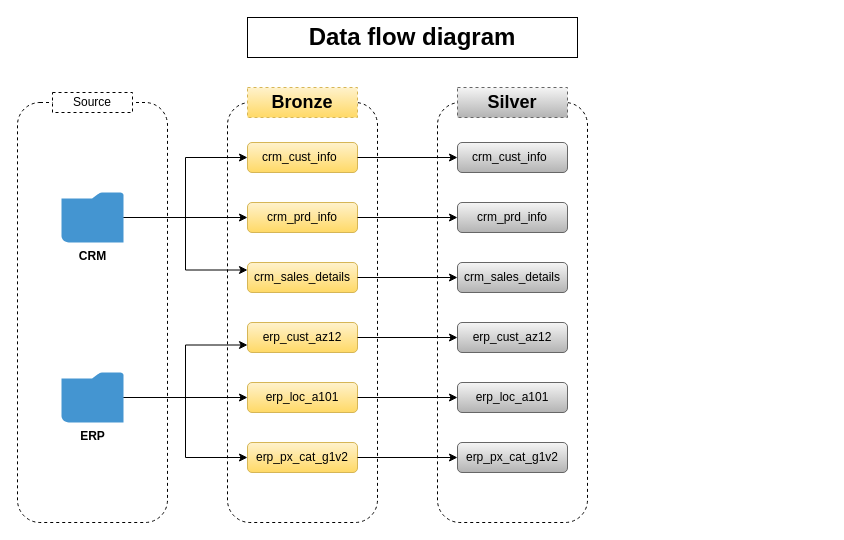
Sampathkumar6/sql_data_warehouse_project keeps this draw.io diagram as design/Data_flow_diagram.drawio. Above is the earlier version. Source tidied: cells renumbered, new cells numbered last; positions are measured from the earlier drawing's top-left corner, leaving out a move shared by most shapes. Both pictures are drawn from the tidied source at 100%, with x=0, y=0 at pixel (17, 17).
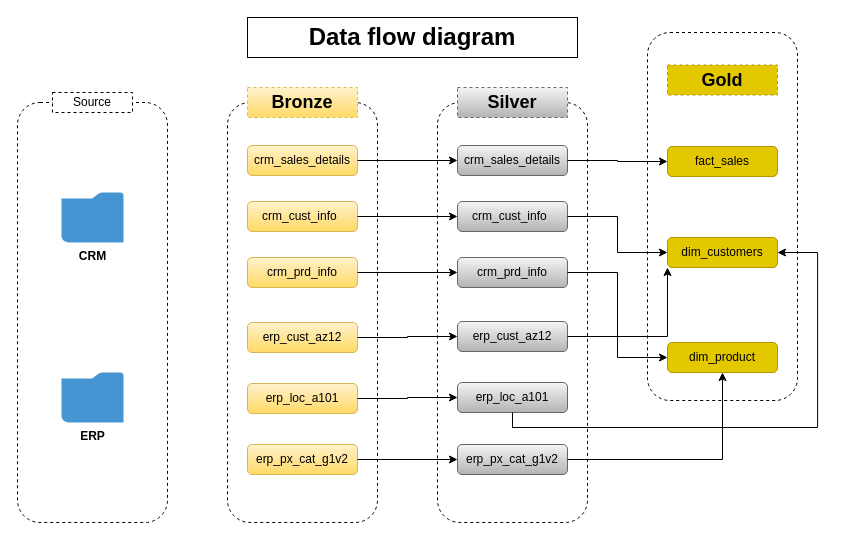
The same page after the edit.

Unchanged cells that the change refers to:
```xml
<mxCell id="8" value="&lt;b&gt;CRM&lt;/b&gt;" style="shadow=0;dashed=0;html=1;strokeColor=none;fillColor=#4495D1;labelPosition=center;verticalLabelPosition=bottom;verticalAlign=top;align=center;outlineConnect=0;shape=mxgraph.veeam.2d.folder;" parent="1" vertex="1">
  <mxGeometry x="44" y="175" width="62" height="50" as="geometry" />
</mxCell>
<mxCell id="12" value="&lt;b&gt;ERP&lt;/b&gt;" style="shadow=0;dashed=0;html=1;strokeColor=none;fillColor=#4495D1;labelPosition=center;verticalLabelPosition=bottom;verticalAlign=top;align=center;outlineConnect=0;shape=mxgraph.veeam.2d.folder;" parent="1" vertex="1">
  <mxGeometry x="44" y="355" width="62" height="50" as="geometry" />
</mxCell>
<mxCell id="16" value="&lt;div&gt;erp_cust_az12&lt;/div&gt;" style="rounded=1;whiteSpace=wrap;html=1;fillColor=#fff2cc;strokeColor=#d6b656;gradientColor=#ffd966;" parent="1" vertex="1">
  <mxGeometry x="230" y="305" width="110" height="30" as="geometry" />
</mxCell>
<mxCell id="26" value="erp_loc_a101" style="rounded=1;whiteSpace=wrap;html=1;fillColor=#f5f5f5;strokeColor=#666666;gradientColor=#b3b3b3;" parent="1" vertex="1">
  <mxGeometry x="440" y="365" width="110" height="30" as="geometry" />
</mxCell>
```

What changed in the source:
```diff
@@
-    <mxCell id="5" style="edgeStyle=orthogonalEdgeStyle;rounded=0;jettySize=auto;html=1;entryX=0;entryY=0.5;entryDx=0;entryDy=0;" parent="1" edge="1" source="8" target="13">
-      <mxGeometry relative="1" as="geometry" />
-    </mxCell>
-    <mxCell id="6" style="edgeStyle=orthogonalEdgeStyle;rounded=0;jettySize=auto;html=1;" parent="1" edge="1" source="8" target="14">
-      <mxGeometry relative="1" as="geometry" />
-    </mxCell>
-    <mxCell id="7" style="edgeStyle=orthogonalEdgeStyle;rounded=0;jettySize=auto;html=1;entryX=0;entryY=0.25;entryDx=0;entryDy=0;" parent="1" edge="1" source="8" target="15">
-      <mxGeometry relative="1" as="geometry" />
-    </mxCell>
@@
-    <mxCell id="9" style="edgeStyle=orthogonalEdgeStyle;rounded=0;jettySize=auto;html=1;entryX=0;entryY=0.75;entryDx=0;entryDy=0;" parent="1" edge="1" source="12" target="16">
-      <mxGeometry relative="1" as="geometry" />
-    </mxCell>
-    <mxCell id="10" style="edgeStyle=orthogonalEdgeStyle;rounded=0;jettySize=auto;html=1;entryX=0;entryY=0.5;entryDx=0;entryDy=0;" parent="1" edge="1" source="12" target="17">
-      <mxGeometry relative="1" as="geometry" />
-    </mxCell>
-    <mxCell id="11" style="edgeStyle=orthogonalEdgeStyle;rounded=0;jettySize=auto;html=1;entryX=0;entryY=0.5;entryDx=0;entryDy=0;" parent="1" edge="1" source="12" target="18">
-      <mxGeometry relative="1" as="geometry" />
-    </mxCell>
@@
     <mxCell id="13" value="crm_cust_info&lt;span style=&quot;white-space: pre;&quot;&gt;&#9;&lt;/span&gt;" style="rounded=1;whiteSpace=wrap;html=1;fillColor=#fff2cc;strokeColor=#d6b656;gradientColor=#ffd966;" parent="1" vertex="1">
-      <mxGeometry x="230" y="125" width="110" height="30" as="geometry" />
+      <mxGeometry x="230" y="184" width="110" height="30" as="geometry" />
     </mxCell>
     <mxCell id="14" value="crm_prd_info" style="rounded=1;whiteSpace=wrap;html=1;fillColor=#fff2cc;strokeColor=#d6b656;gradientColor=#ffd966;" parent="1" vertex="1">
-      <mxGeometry x="230" y="185" width="110" height="30" as="geometry" />
+      <mxGeometry x="230" y="240" width="110" height="30" as="geometry" />
     </mxCell>
     <mxCell id="15" value="crm_sales_details" style="rounded=1;whiteSpace=wrap;html=1;fillColor=#fff2cc;strokeColor=#d6b656;gradientColor=#ffd966;" parent="1" vertex="1">
-      <mxGeometry x="230" y="245" width="110" height="30" as="geometry" />
+      <mxGeometry x="230" y="128" width="110" height="30" as="geometry" />
     </mxCell>
@@
     <mxCell id="17" value="erp_loc_a101" style="rounded=1;whiteSpace=wrap;html=1;fillColor=#fff2cc;strokeColor=#d6b656;gradientColor=#ffd966;" parent="1" vertex="1">
-      <mxGeometry x="230" y="365" width="110" height="30" as="geometry" />
+      <mxGeometry x="230" y="366" width="110" height="30" as="geometry" />
     </mxCell>
     <mxCell id="18" value="erp_px_cat_g1v2" style="rounded=1;whiteSpace=wrap;html=1;fillColor=#fff2cc;strokeColor=#d6b656;gradientColor=#ffd966;" parent="1" vertex="1">
-      <mxGeometry x="230" y="425" width="110" height="30" as="geometry" />
+      <mxGeometry x="230" y="427" width="110" height="30" as="geometry" />
     </mxCell>
@@
     <mxCell id="22" value="crm_cust_info&lt;span style=&quot;white-space: pre;&quot;&gt;&#9;&lt;/span&gt;" style="rounded=1;whiteSpace=wrap;html=1;fillColor=#f5f5f5;strokeColor=#666666;gradientColor=#b3b3b3;" parent="1" vertex="1">
-      <mxGeometry x="440" y="125" width="110" height="30" as="geometry" />
+      <mxGeometry x="440" y="184" width="110" height="30" as="geometry" />
     </mxCell>
     <mxCell id="23" value="crm_prd_info" style="rounded=1;whiteSpace=wrap;html=1;fillColor=#f5f5f5;strokeColor=#666666;gradientColor=#b3b3b3;" parent="1" vertex="1">
-      <mxGeometry x="440" y="185" width="110" height="30" as="geometry" />
+      <mxGeometry x="440" y="240" width="110" height="30" as="geometry" />
     </mxCell>
     <mxCell id="24" value="crm_sales_details" style="rounded=1;whiteSpace=wrap;html=1;fillColor=#f5f5f5;strokeColor=#666666;gradientColor=#b3b3b3;" parent="1" vertex="1">
-      <mxGeometry x="440" y="245" width="110" height="30" as="geometry" />
+      <mxGeometry x="440" y="128" width="110" height="30" as="geometry" />
     </mxCell>
     <mxCell id="25" value="&lt;div&gt;erp_cust_az12&lt;/div&gt;" style="rounded=1;whiteSpace=wrap;html=1;fillColor=#f5f5f5;strokeColor=#666666;gradientColor=#b3b3b3;" parent="1" vertex="1">
-      <mxGeometry x="440" y="305" width="110" height="30" as="geometry" />
+      <mxGeometry x="440" y="304" width="110" height="30" as="geometry" />
     </mxCell>
@@
     <mxCell id="27" value="erp_px_cat_g1v2" style="rounded=1;whiteSpace=wrap;html=1;fillColor=#f5f5f5;strokeColor=#666666;gradientColor=#b3b3b3;" parent="1" vertex="1">
-      <mxGeometry x="440" y="425" width="110" height="30" as="geometry" />
+      <mxGeometry x="440" y="427" width="110" height="30" as="geometry" />
     </mxCell>
@@
+    <mxCell id="35" style="rounded=1;whiteSpace=wrap;html=1;dashed=1;" parent="1" vertex="1">
+      <mxGeometry x="630" y="15" width="150" height="368" as="geometry" />
+    </mxCell>
+    <mxCell id="36" value="fact_sales" style="rounded=1;whiteSpace=wrap;html=1;fillColor=#e3c800;strokeColor=#B09500;fontColor=#000000;" parent="1" vertex="1">
+      <mxGeometry x="650" y="129" width="110" height="30" as="geometry" />
+    </mxCell>
+    <mxCell id="37" value="dim_customers" style="rounded=1;whiteSpace=wrap;html=1;fillColor=#e3c800;strokeColor=#B09500;fontColor=#000000;" parent="1" vertex="1">
+      <mxGeometry x="650" y="220" width="110" height="30" as="geometry" />
+    </mxCell>
+    <mxCell id="38" value="dim_product" style="rounded=1;whiteSpace=wrap;html=1;fillColor=#e3c800;strokeColor=#B09500;fontColor=#000000;" parent="1" vertex="1">
+      <mxGeometry x="650" y="325" width="110" height="30" as="geometry" />
+    </mxCell>
+    <mxCell id="39" value="Gold" style="rounded=0;whiteSpace=wrap;html=1;fillColor=#e3c800;strokeColor=#B09500;dashed=1;fontSize=18;fontStyle=1;fontColor=#000000;" parent="1" vertex="1">
+      <mxGeometry x="650" y="47.5" width="110" height="30" as="geometry" />
+    </mxCell>
@@
+    <mxCell id="31" style="edgeStyle=orthogonalEdgeStyle;rounded=0;jettySize=auto;html=1;entryX=0;entryY=0.5;entryDx=0;entryDy=0;" parent="1" edge="1" source="13" target="22">
+      <mxGeometry relative="1" as="geometry" />
+    </mxCell>
@@
-    <mxCell id="31" style="edgeStyle=orthogonalEdgeStyle;rounded=0;jettySize=auto;html=1;entryX=0;entryY=0.5;entryDx=0;entryDy=0;" parent="1" edge="1" source="13" target="22">
-      <mxGeometry relative="1" as="geometry" />
-    </mxCell>
@@
+    <mxCell id="40" style="edgeStyle=orthogonalEdgeStyle;rounded=0;jettySize=auto;html=1;entryX=0;entryY=0.5;entryDx=0;entryDy=0;" parent="1" edge="1" source="24" target="36">
+      <mxGeometry relative="1" as="geometry" />
+    </mxCell>
+    <mxCell id="41" style="edgeStyle=orthogonalEdgeStyle;rounded=0;jettySize=auto;html=1;entryX=0;entryY=0.5;entryDx=0;entryDy=0;" parent="1" edge="1" source="22" target="37">
+      <mxGeometry relative="1" as="geometry" />
+    </mxCell>
+    <mxCell id="42" style="edgeStyle=orthogonalEdgeStyle;rounded=0;jettySize=auto;html=1;entryX=0;entryY=0.5;entryDx=0;entryDy=0;" parent="1" edge="1" source="23" target="38">
+      <mxGeometry relative="1" as="geometry" />
+    </mxCell>
+    <mxCell id="43" style="edgeStyle=orthogonalEdgeStyle;rounded=0;jettySize=auto;html=1;entryX=0;entryY=1;entryDx=0;entryDy=0;" parent="1" edge="1" source="25" target="37">
+      <mxGeometry relative="1" as="geometry" />
+    </mxCell>
+    <mxCell id="44" style="edgeStyle=orthogonalEdgeStyle;rounded=0;jettySize=auto;html=1;entryX=1;entryY=0.5;entryDx=0;entryDy=0;" parent="1" edge="1" source="26" target="37">
+      <mxGeometry relative="1" as="geometry">
+        <Array as="points">
+          <mxPoint x="495" y="410" />
+          <mxPoint x="800.1" y="410" />
+          <mxPoint x="800.1" y="235.1" />
+        </Array>
+      </mxGeometry>
+    </mxCell>
+    <mxCell id="45" style="edgeStyle=orthogonalEdgeStyle;rounded=0;jettySize=auto;html=1;entryX=0.5;entryY=1;entryDx=0;entryDy=0;" parent="1" edge="1" source="27" target="38">
+      <mxGeometry relative="1" as="geometry" />
+    </mxCell>
```
